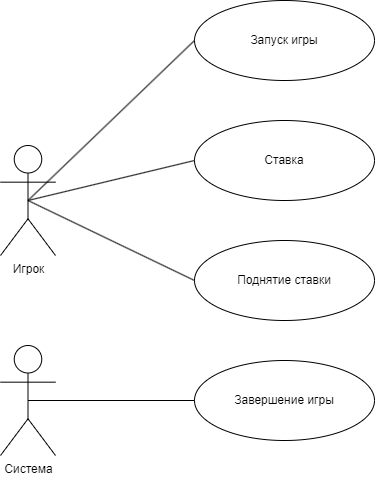
The draw.io diagram Precedenty.png in deaddmooon/RTiPPO_Labs, before a commit. Source tidied: cells renumbered, new cells last; positions are measured from the earlier drawing's top-left corner, leaving out a move shared by most shapes.
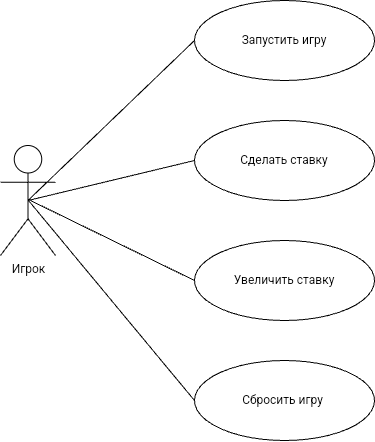
After the change.

What changed in the source:
```diff
@@ -5,16 +5,16 @@
     <mxCell id="2" value="Игрок" style="shape=umlActor;verticalLabelPosition=bottom;verticalAlign=top;html=1;outlineConnect=0;" parent="1" vertex="1">
       <mxGeometry y="145" width="55" height="110" as="geometry" />
     </mxCell>
-    <mxCell id="3" value="Запуск игры" style="ellipse;whiteSpace=wrap;html=1;" parent="1" vertex="1">
+    <mxCell id="3" value="Запустить игру" style="ellipse;whiteSpace=wrap;html=1;" parent="1" vertex="1">
       <mxGeometry x="194" width="180" height="80" as="geometry" />
     </mxCell>
-    <mxCell id="4" value="Ставка" style="ellipse;whiteSpace=wrap;html=1;" parent="1" vertex="1">
+    <mxCell id="4" value="Сделать ставку" style="ellipse;whiteSpace=wrap;html=1;" parent="1" vertex="1">
       <mxGeometry x="194" y="120" width="180" height="80" as="geometry" />
     </mxCell>
-    <mxCell id="5" value="Поднятие ставки" style="ellipse;whiteSpace=wrap;html=1;" parent="1" vertex="1">
+    <mxCell id="5" value="Увеличить ставку" style="ellipse;whiteSpace=wrap;html=1;" parent="1" vertex="1">
       <mxGeometry x="194" y="240" width="180" height="80" as="geometry" />
     </mxCell>
-    <mxCell id="6" value="Завершение игры" style="ellipse;whiteSpace=wrap;html=1;" parent="1" vertex="1">
+    <mxCell id="6" value="Сбросить игру&amp;nbsp;" style="ellipse;whiteSpace=wrap;html=1;" parent="1" vertex="1">
       <mxGeometry x="194" y="360" width="180" height="80" as="geometry" />
     </mxCell>
     <mxCell id="7" style="endArrow=none;html=1;rounded=0;entryX=0;entryY=0.5;entryDx=0;entryDy=0;exitX=0.5;exitY=0.5;exitDx=0;exitDy=0;exitPerimeter=0;" parent="1" edge="1" source="2" target="3">
@@ -23,14 +23,15 @@
     <mxCell id="8" style="endArrow=none;html=1;rounded=0;exitX=0.5;exitY=0.5;exitDx=0;exitDy=0;exitPerimeter=0;entryX=0;entryY=0.5;entryDx=0;entryDy=0;" parent="1" edge="1" source="2" target="4">
       <mxGeometry relative="1" as="geometry" />
     </mxCell>
-    <mxCell id="9" style="endArrow=none;html=1;rounded=0;exitX=0.5;exitY=0.5;exitDx=0;exitDy=0;exitPerimeter=0;entryX=0;entryY=0.5;entryDx=0;entryDy=0;" parent="1" edge="1" source="2" target="5">
-      <mxGeometry relative="1" as="geometry" />
+    <mxCell id="9" style="endArrow=none;html=1;rounded=0;entryX=0;entryY=0.5;entryDx=0;entryDy=0;" parent="1" edge="1" target="5">
+      <mxGeometry relative="1" as="geometry">
+        <mxPoint x="30" y="200" as="sourcePoint" />
+      </mxGeometry>
     </mxCell>
-    <mxCell id="10" value="Система" style="shape=umlActor;verticalLabelPosition=bottom;verticalAlign=top;html=1;outlineConnect=0;" parent="1" vertex="1">
-      <mxGeometry y="345" width="55" height="110" as="geometry" />
-    </mxCell>
-    <mxCell id="11" style="endArrow=none;html=1;rounded=0;exitX=0.5;exitY=0.5;exitDx=0;exitDy=0;exitPerimeter=0;entryX=0;entryY=0.5;entryDx=0;entryDy=0;" parent="1" edge="1" source="10" target="6">
-      <mxGeometry relative="1" as="geometry" />
+    <mxCell id="11" style="endArrow=none;html=1;rounded=0;entryX=0;entryY=0.5;entryDx=0;entryDy=0;" parent="1" edge="1" target="6">
+      <mxGeometry relative="1" as="geometry">
+        <mxPoint x="28" y="200" as="sourcePoint" />
+      </mxGeometry>
     </mxCell>
   </root>
 </mxGraphModel>
```
